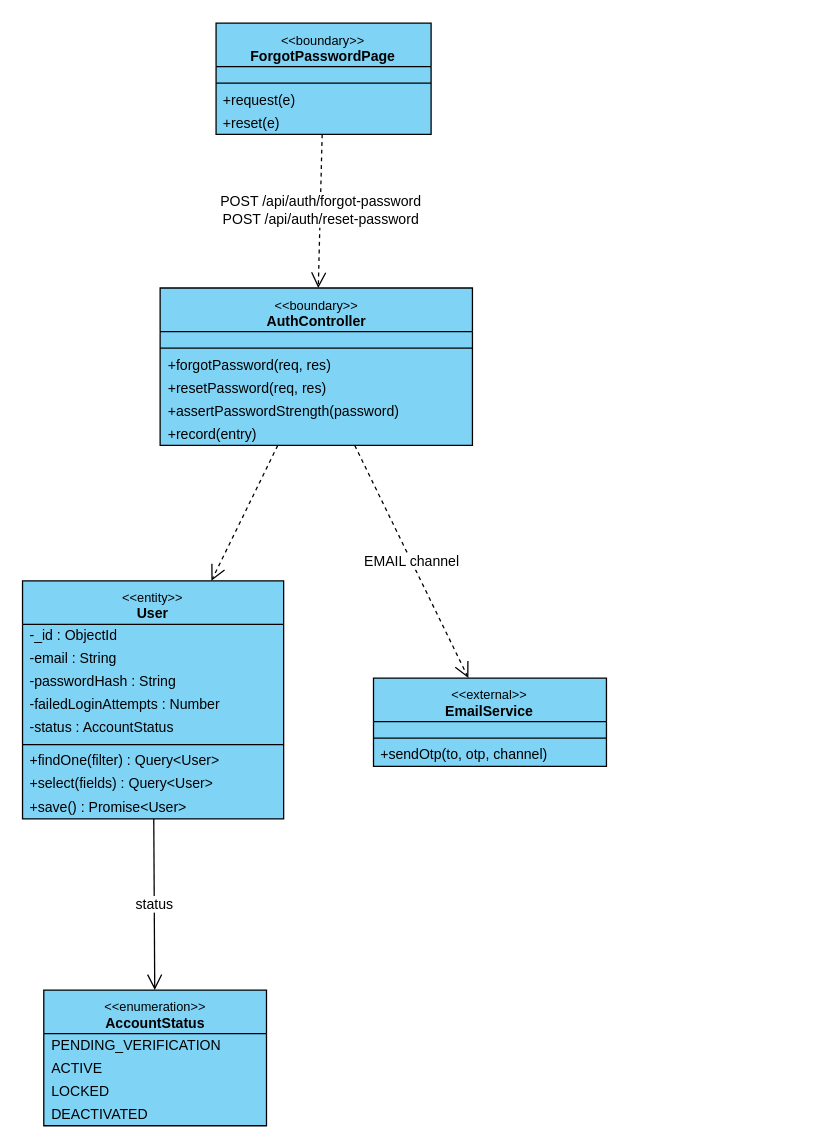
Earlier version of the draw.io diagram final/diagrams/M2_Auth-And-Administration_Diagrams/class_diagrams/CD-07_UC-C03_ResetForgottenPassword.drawio (toikobi401/SWD392). Source tidied: cells renumbered, new cells numbered last; positions are measured from the earlier drawing's top-left corner, leaving out a move shared by most shapes. Both pictures are drawn from the tidied source at 128%, with x=0, y=0 at pixel (22, 22).
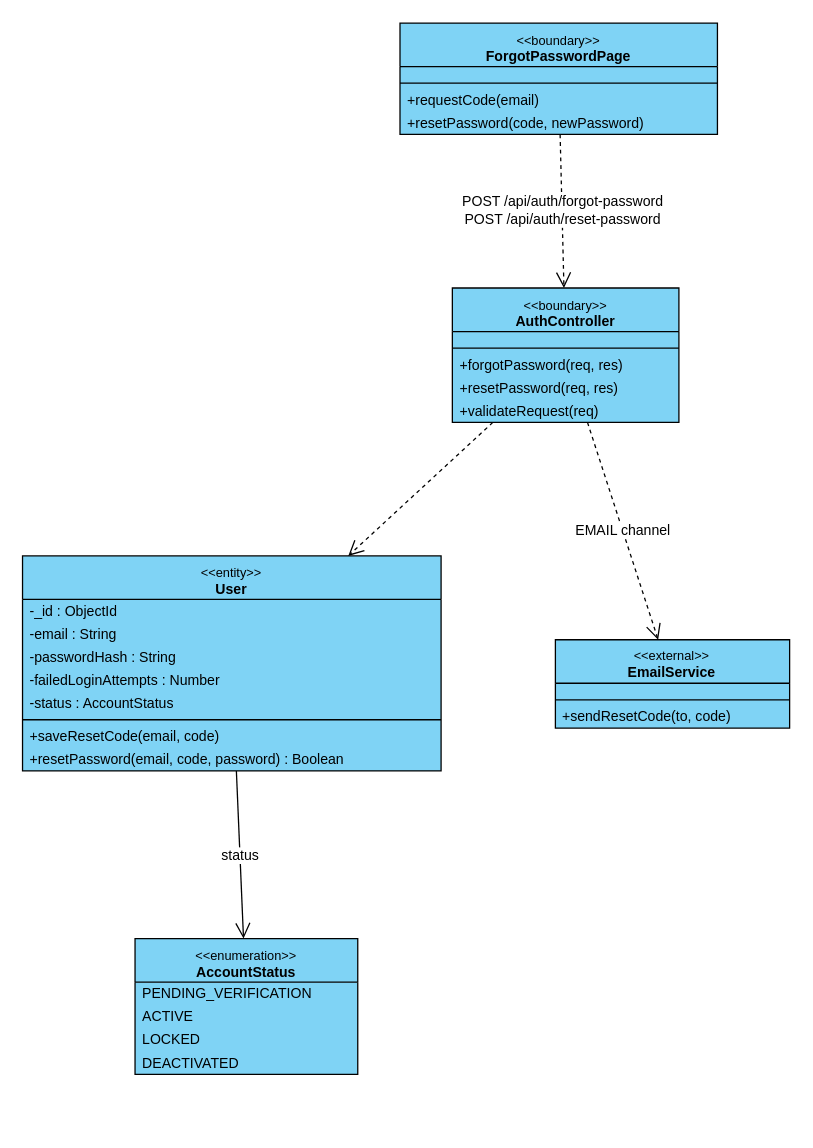
The same diagram, later.

Change to the diagram source:
```diff
@@
     <mxCell id="2" value="&lt;font style=&quot;font-size:10px&quot;&gt;&amp;lt;&amp;lt;boundary&amp;gt;&amp;gt;&lt;/font&gt;&lt;br&gt;&lt;b&gt;ForgotPasswordPage&lt;/b&gt;" style="swimlane;fontStyle=0;align=center;verticalAlign=top;horizontal=1;startSize=34;html=1;whiteSpace=wrap;fontSize=11;fillColor=#7fd3f5;swimlaneFillColor=#7fd3f5;strokeColor=#000000;" parent="1" vertex="1">
-      <mxGeometry x="151.3" y="0.5" width="168" height="87" as="geometry" />
+      <mxGeometry x="295" y="0.5" width="248" height="87" as="geometry" />
     </mxCell>
     <mxCell id="3" style="text;strokeColor=none;fillColor=none;html=1;" parent="2" vertex="1">
-      <mxGeometry y="34" width="168" height="9" as="geometry" />
+      <mxGeometry y="34" width="248" height="9" as="geometry" />
     </mxCell>
     <mxCell id="4" style="line;strokeWidth=1;fillColor=none;align=left;verticalAlign=middle;spacingTop=-1;spacingLeft=3;spacingRight=3;labelPosition=right;strokeColor=#000000;" parent="2" vertex="1">
-      <mxGeometry y="43" width="168" height="8" as="geometry" />
+      <mxGeometry y="43" width="248" height="8" as="geometry" />
     </mxCell>
-    <mxCell id="5" value="+request(e)" style="text;strokeColor=none;fillColor=none;align=left;verticalAlign=middle;spacingLeft=4;spacingRight=4;overflow=hidden;whiteSpace=nowrap;html=1;fontSize=11;" parent="2" vertex="1">
-      <mxGeometry y="51" width="168" height="18" as="geometry" />
+    <mxCell id="5" value="+requestCode(email)" style="text;strokeColor=none;fillColor=none;align=left;verticalAlign=middle;spacingLeft=4;spacingRight=4;overflow=hidden;whiteSpace=nowrap;html=1;fontSize=11;" parent="2" vertex="1">
+      <mxGeometry y="51" width="248" height="18" as="geometry" />
     </mxCell>
-    <mxCell id="6" value="+reset(e)" style="text;strokeColor=none;fillColor=none;align=left;verticalAlign=middle;spacingLeft=4;spacingRight=4;overflow=hidden;whiteSpace=nowrap;html=1;fontSize=11;" parent="2" vertex="1">
-      <mxGeometry y="69" width="168" height="18" as="geometry" />
+    <mxCell id="6" value="+resetPassword(code, newPassword)" style="text;strokeColor=none;fillColor=none;align=left;verticalAlign=middle;spacingLeft=4;spacingRight=4;overflow=hidden;whiteSpace=nowrap;html=1;fontSize=11;" parent="2" vertex="1">
+      <mxGeometry y="69" width="248" height="18" as="geometry" />
     </mxCell>
     <mxCell id="7" value="&lt;font style=&quot;font-size:10px&quot;&gt;&amp;lt;&amp;lt;boundary&amp;gt;&amp;gt;&lt;/font&gt;&lt;br&gt;&lt;b&gt;AuthController&lt;/b&gt;" style="swimlane;fontStyle=0;align=center;verticalAlign=top;horizontal=1;startSize=34;html=1;whiteSpace=wrap;fontSize=11;fillColor=#7fd3f5;swimlaneFillColor=#7fd3f5;strokeColor=#000000;" parent="1" vertex="1">
-      <mxGeometry x="107.6" y="207.5" width="244" height="123" as="geometry" />
+      <mxGeometry x="335.9" y="207.5" width="177" height="105" as="geometry" />
     </mxCell>
     <mxCell id="8" style="text;strokeColor=none;fillColor=none;html=1;" parent="7" vertex="1">
-      <mxGeometry y="34" width="244" height="9" as="geometry" />
+      <mxGeometry y="34" width="177" height="9" as="geometry" />
     </mxCell>
     <mxCell id="9" style="line;strokeWidth=1;fillColor=none;align=left;verticalAlign=middle;spacingTop=-1;spacingLeft=3;spacingRight=3;labelPosition=right;strokeColor=#000000;" parent="7" vertex="1">
-      <mxGeometry y="43" width="244" height="8" as="geometry" />
+      <mxGeometry y="43" width="177" height="8" as="geometry" />
     </mxCell>
     <mxCell id="10" value="+forgotPassword(req, res)" style="text;strokeColor=none;fillColor=none;align=left;verticalAlign=middle;spacingLeft=4;spacingRight=4;overflow=hidden;whiteSpace=nowrap;html=1;fontSize=11;" parent="7" vertex="1">
-      <mxGeometry y="51" width="244" height="18" as="geometry" />
+      <mxGeometry y="51" width="177" height="18" as="geometry" />
     </mxCell>
     <mxCell id="11" value="+resetPassword(req, res)" style="text;strokeColor=none;fillColor=none;align=left;verticalAlign=middle;spacingLeft=4;spacingRight=4;overflow=hidden;whiteSpace=nowrap;html=1;fontSize=11;" parent="7" vertex="1">
-      <mxGeometry y="69" width="244" height="18" as="geometry" />
+      <mxGeometry y="69" width="177" height="18" as="geometry" />
     </mxCell>
-    <mxCell id="12" value="+assertPasswordStrength(password)" style="text;strokeColor=none;fillColor=none;align=left;verticalAlign=middle;spacingLeft=4;spacingRight=4;overflow=hidden;whiteSpace=nowrap;html=1;fontSize=11;" parent="7" vertex="1">
-      <mxGeometry y="87" width="244" height="18" as="geometry" />
+    <mxCell id="12" value="+validateRequest(req)" style="text;strokeColor=none;fillColor=none;align=left;verticalAlign=middle;spacingLeft=4;spacingRight=4;overflow=hidden;whiteSpace=nowrap;html=1;fontSize=11;" parent="7" vertex="1">
+      <mxGeometry y="87" width="177" height="18" as="geometry" />
     </mxCell>
-    <mxCell id="13" value="+record(entry)" style="text;strokeColor=none;fillColor=none;align=left;verticalAlign=middle;spacingLeft=4;spacingRight=4;overflow=hidden;whiteSpace=nowrap;html=1;fontSize=11;" parent="7" vertex="1">
-      <mxGeometry y="105" width="244" height="18" as="geometry" />
-    </mxCell>
     <mxCell id="14" value="&lt;font style=&quot;font-size:10px&quot;&gt;&amp;lt;&amp;lt;entity&amp;gt;&amp;gt;&lt;/font&gt;&lt;br&gt;&lt;b&gt;User&lt;/b&gt;" style="swimlane;fontStyle=0;align=center;verticalAlign=top;horizontal=1;startSize=34;html=1;whiteSpace=wrap;fontSize=11;fillColor=#7fd3f5;swimlaneFillColor=#7fd3f5;strokeColor=#000000;" parent="1" vertex="1">
-      <mxGeometry x="0.1" y="436.3" width="204" height="186" as="geometry" />
+      <mxGeometry x="0.1" y="416.8" width="327" height="168" as="geometry" />
     </mxCell>
     <mxCell id="15" value="-_id : ObjectId" style="text;strokeColor=none;fillColor=none;align=left;verticalAlign=middle;spacingLeft=4;spacingRight=4;overflow=hidden;whiteSpace=nowrap;html=1;fontSize=11;" parent="14" vertex="1">
-      <mxGeometry y="34" width="204" height="18" as="geometry" />
+      <mxGeometry y="34" width="327" height="18" as="geometry" />
     </mxCell>
     <mxCell id="16" value="-email : String" style="text;strokeColor=none;fillColor=none;align=left;verticalAlign=middle;spacingLeft=4;spacingRight=4;overflow=hidden;whiteSpace=nowrap;html=1;fontSize=11;" parent="14" vertex="1">
-      <mxGeometry y="52" width="204" height="18" as="geometry" />
+      <mxGeometry y="52" width="327" height="18" as="geometry" />
     </mxCell>
     <mxCell id="17" value="-passwordHash : String" style="text;strokeColor=none;fillColor=none;align=left;verticalAlign=middle;spacingLeft=4;spacingRight=4;overflow=hidden;whiteSpace=nowrap;html=1;fontSize=11;" parent="14" vertex="1">
-      <mxGeometry y="70" width="204" height="18" as="geometry" />
+      <mxGeometry y="70" width="327" height="18" as="geometry" />
     </mxCell>
     <mxCell id="18" value="-failedLoginAttempts : Number" style="text;strokeColor=none;fillColor=none;align=left;verticalAlign=middle;spacingLeft=4;spacingRight=4;overflow=hidden;whiteSpace=nowrap;html=1;fontSize=11;" parent="14" vertex="1">
-      <mxGeometry y="88" width="204" height="18" as="geometry" />
+      <mxGeometry y="88" width="327" height="18" as="geometry" />
     </mxCell>
     <mxCell id="19" value="-status : AccountStatus" style="text;strokeColor=none;fillColor=none;align=left;verticalAlign=middle;spacingLeft=4;spacingRight=4;overflow=hidden;whiteSpace=nowrap;html=1;fontSize=11;" parent="14" vertex="1">
-      <mxGeometry y="106" width="204" height="18" as="geometry" />
+      <mxGeometry y="106" width="327" height="18" as="geometry" />
     </mxCell>
     <mxCell id="20" style="line;strokeWidth=1;fillColor=none;align=left;verticalAlign=middle;spacingTop=-1;spacingLeft=3;spacingRight=3;labelPosition=right;strokeColor=#000000;" parent="14" vertex="1">
-      <mxGeometry y="124" width="204" height="8" as="geometry" />
+      <mxGeometry y="124" width="327" height="8" as="geometry" />
     </mxCell>
-    <mxCell id="21" value="+findOne(filter) : Query&amp;lt;User&amp;gt;" style="text;strokeColor=none;fillColor=none;align=left;verticalAlign=middle;spacingLeft=4;spacingRight=4;overflow=hidden;whiteSpace=nowrap;html=1;fontSize=11;" parent="14" vertex="1">
-      <mxGeometry y="132" width="204" height="18" as="geometry" />
+    <mxCell id="21" value="+saveResetCode(email, code)" style="text;strokeColor=none;fillColor=none;align=left;verticalAlign=middle;spacingLeft=4;spacingRight=4;overflow=hidden;whiteSpace=nowrap;html=1;fontSize=11;" parent="14" vertex="1">
+      <mxGeometry y="132" width="327" height="18" as="geometry" />
     </mxCell>
-    <mxCell id="22" value="+select(fields) : Query&amp;lt;User&amp;gt;" style="text;strokeColor=none;fillColor=none;align=left;verticalAlign=middle;spacingLeft=4;spacingRight=4;overflow=hidden;whiteSpace=nowrap;html=1;fontSize=11;" parent="14" vertex="1">
-      <mxGeometry y="150" width="204" height="18" as="geometry" />
+    <mxCell id="22" value="+resetPassword(email, code, password) : Boolean" style="text;strokeColor=none;fillColor=none;align=left;verticalAlign=middle;spacingLeft=4;spacingRight=4;overflow=hidden;whiteSpace=nowrap;html=1;fontSize=11;" parent="14" vertex="1">
+      <mxGeometry y="150" width="327" height="18" as="geometry" />
     </mxCell>
-    <mxCell id="23" value="+save() : Promise&amp;lt;User&amp;gt;" style="text;strokeColor=none;fillColor=none;align=left;verticalAlign=middle;spacingLeft=4;spacingRight=4;overflow=hidden;whiteSpace=nowrap;html=1;fontSize=11;" parent="14" vertex="1">
-      <mxGeometry y="168" width="204" height="18" as="geometry" />
-    </mxCell>
     <mxCell id="24" value="&lt;font style=&quot;font-size:10px&quot;&gt;&amp;lt;&amp;lt;external&amp;gt;&amp;gt;&lt;/font&gt;&lt;br&gt;&lt;b&gt;EmailService&lt;/b&gt;" style="swimlane;fontStyle=0;align=center;verticalAlign=top;horizontal=1;startSize=34;html=1;whiteSpace=wrap;fontSize=11;fillColor=#7fd3f5;swimlaneFillColor=#7fd3f5;strokeColor=#000000;" parent="1" vertex="1">
-      <mxGeometry x="274.3" y="512.2" width="182" height="69" as="geometry" />
+      <mxGeometry x="416.4" y="482.3" width="183" height="69" as="geometry" />
     </mxCell>
     <mxCell id="25" style="text;strokeColor=none;fillColor=none;html=1;" parent="24" vertex="1">
-      <mxGeometry y="34" width="182" height="9" as="geometry" />
+      <mxGeometry y="34" width="183" height="9" as="geometry" />
     </mxCell>
     <mxCell id="26" style="line;strokeWidth=1;fillColor=none;align=left;verticalAlign=middle;spacingTop=-1;spacingLeft=3;spacingRight=3;labelPosition=right;strokeColor=#000000;" parent="24" vertex="1">
-      <mxGeometry y="43" width="182" height="8" as="geometry" />
+      <mxGeometry y="43" width="183" height="8" as="geometry" />
     </mxCell>
-    <mxCell id="27" value="+sendOtp(to, otp, channel)" style="text;strokeColor=none;fillColor=none;align=left;verticalAlign=middle;spacingLeft=4;spacingRight=4;overflow=hidden;whiteSpace=nowrap;html=1;fontSize=11;" parent="24" vertex="1">
-      <mxGeometry y="51" width="182" height="18" as="geometry" />
+    <mxCell id="27" value="+sendResetCode(to, code)" style="text;strokeColor=none;fillColor=none;align=left;verticalAlign=middle;spacingLeft=4;spacingRight=4;overflow=hidden;whiteSpace=nowrap;html=1;fontSize=11;" parent="24" vertex="1">
+      <mxGeometry y="51" width="183" height="18" as="geometry" />
     </mxCell>
     <mxCell id="28" value="&lt;font style=&quot;font-size:10px&quot;&gt;&amp;lt;&amp;lt;enumeration&amp;gt;&amp;gt;&lt;/font&gt;&lt;br&gt;&lt;b&gt;AccountStatus&lt;/b&gt;" style="swimlane;fontStyle=0;align=center;verticalAlign=top;horizontal=1;startSize=34;html=1;whiteSpace=wrap;fontSize=11;fillColor=#7fd3f5;swimlaneFillColor=#7fd3f5;strokeColor=#000000;" parent="1" vertex="1">
-      <mxGeometry x="16.7" y="756" width="174" height="106" as="geometry" />
+      <mxGeometry x="88" y="715.8" width="174" height="106" as="geometry" />
     </mxCell>
```
